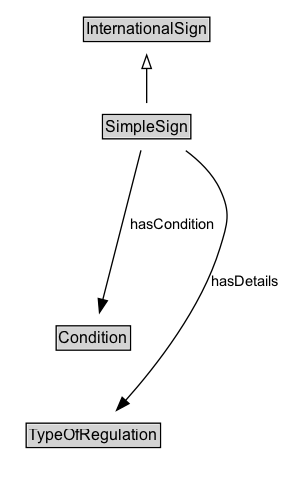
k-vaughn/ontology-its-regulation keeps this Graphviz diagram as docs/diagrams/SimpleSign.dot.png. Above is the earlier version. Its source is kept beside it as docs/diagrams/SimpleSign.dot.
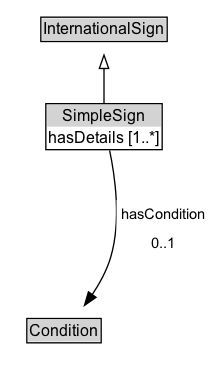
Above is the later version.

The edit, as a diff of the source:
```diff
@@ -6,7 +6,7 @@
 		rank=source
 		InternationalSign [label=<<TABLE BORDER="1" CELLBORDER="0" CELLSPACING="0" CELLPADDING="1"><TR><TD BGCOLOR="lightgray" ALIGN="CENTER">InternationalSign</TD></TR></TABLE>> URL="../InternationalSign" margin=0]
 	}
-	SimpleSign [label=<<TABLE BORDER="1" CELLBORDER="0" CELLSPACING="0" CELLPADDING="1"><TR><TD BGCOLOR="lightgray" ALIGN="CENTER">SimpleSign</TD></TR></TABLE>> URL="../SimpleSign" margin=0]
+	SimpleSign [label=<<TABLE BORDER="1" CELLBORDER="0" CELLSPACING="0" CELLPADDING="1"><TR><TD BGCOLOR="lightgray" ALIGN="CENTER">SimpleSign</TD></TR><TR><TD ALIGN="LEFT">hasDetails [1..*]</TD></TR></TABLE>> URL="../SimpleSign" margin=0]
 	{
 		rank=max
 	}
@@ -14,14 +14,10 @@
 		label="" style=invis
 		Invis [label=<<TABLE BORDER="0" CELLBORDER="0" CELLSPACING="0" CELLPADDING="1"><TR><TD></TD></TR></TABLE>> margin=0 style=invis]
 		Condition [label=<<TABLE BORDER="1" CELLBORDER="0" CELLSPACING="0" CELLPADDING="1"><TR><TD BGCOLOR="lightgray" ALIGN="CENTER">Condition</TD></TR></TABLE>> URL="../Condition" margin=0]
-		TypeOfRegulation [label=<<TABLE BORDER="1" CELLBORDER="0" CELLSPACING="0" CELLPADDING="1"><TR><TD BGCOLOR="lightgray" ALIGN="CENTER">TypeOfRegulation</TD></TR></TABLE>> URL="../TypeOfRegulation" margin=0]
 	}
 	SimpleSign -> InternationalSign [arrowhead=onormal style=solid]
 	SimpleSign -> Invis [style=invis]
 	Invis -> Condition [style=invis]
-	Condition -> TypeOfRegulation [style=invis]
-	TypeOfRegulation [label=<<TABLE BORDER="1" CELLBORDER="0" CELLSPACING="0" CELLPADDING="1"><TR><TD BGCOLOR="lightgray" ALIGN="CENTER">TypeOfRegulation</TD></TR></TABLE>> URL="../TypeOfRegulation" margin=0]
-	SimpleSign -> TypeOfRegulation [label=hasDetails arrowhead=normal style=solid]
 	Condition [label=<<TABLE BORDER="1" CELLBORDER="0" CELLSPACING="0" CELLPADDING="1"><TR><TD BGCOLOR="lightgray" ALIGN="CENTER">Condition</TD></TR></TABLE>> URL="../Condition" margin=0]
-	SimpleSign -> Condition [label=hasCondition arrowhead=normal style=solid]
+	SimpleSign -> Condition [label=<<TABLE BORDER="0" CELLBORDER="0" CELLSPACING="0" CELLPADDING="4" BGCOLOR="white"><TR><TD ALIGN="CENTER">hasCondition</TD></TR><TR><TD ALIGN="CENTER">0..1</TD></TR></TABLE>> arrowhead=normal style=solid]
 }
```
